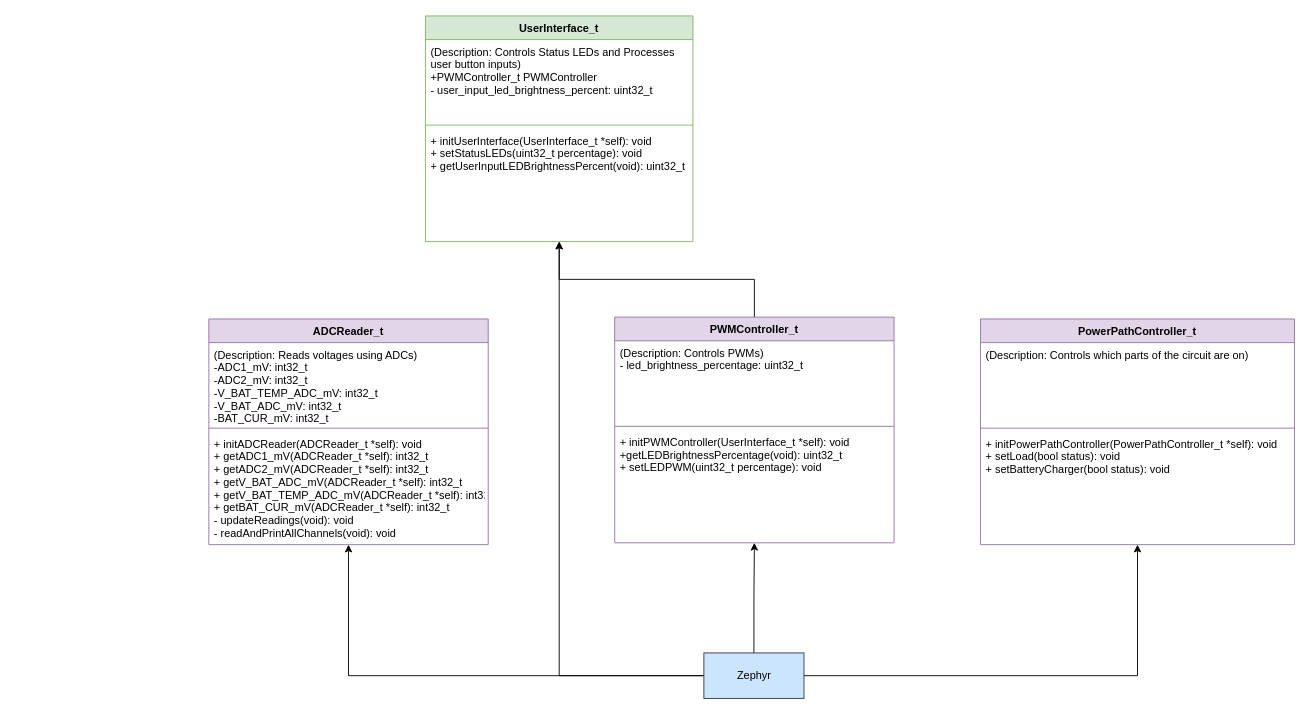
Before: page "Documentation" (2 of 2) of doc/class_diagram.drawio in andrew-elsayeh/illumicarge_firmware, a draw.io diagram. Source tidied: cells renumbered, new cells numbered last; positions are measured from the earlier drawing's top-left corner, leaving out a move shared by most shapes. Both pictures are drawn from the tidied source at 91%, with x=0, y=0 at pixel (208, 15).
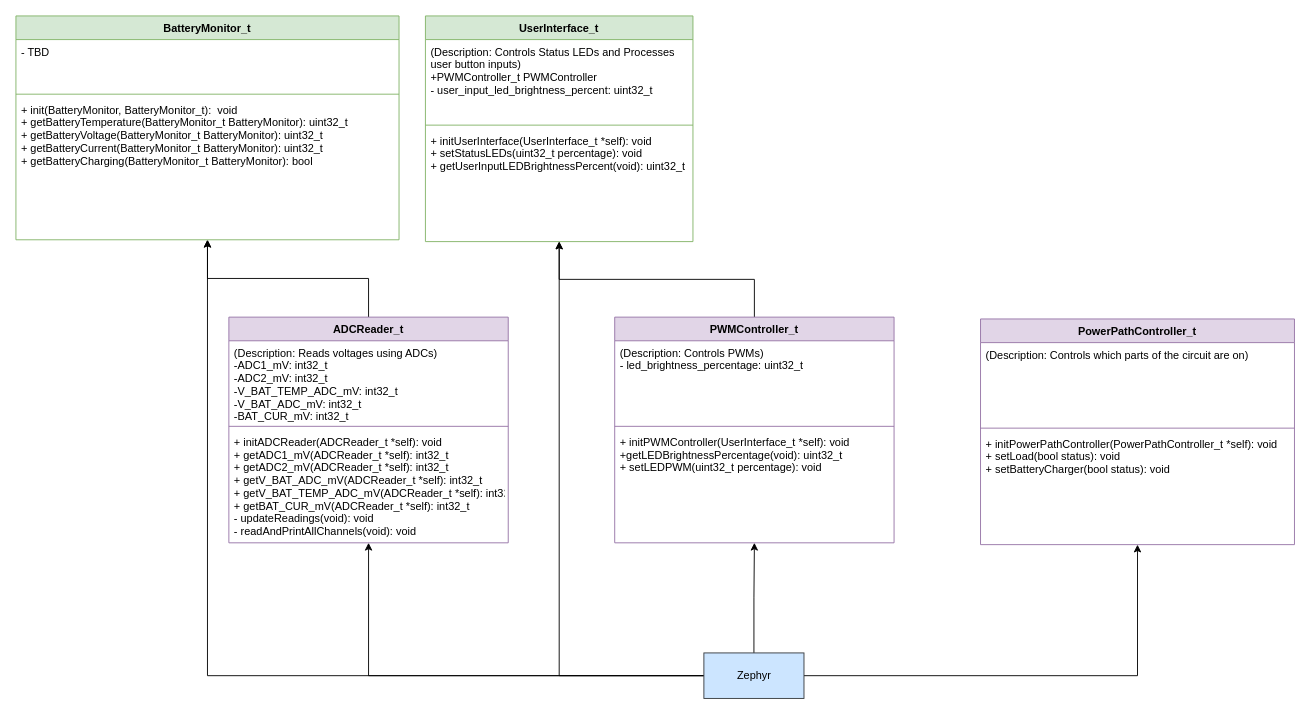
After the change.

Unchanged cells that the change refers to:
```xml
<mxCell id="19" value="Zephyr" style="html=1;glass=0;fillColor=#cce5ff;strokeColor=#36393d;" parent="1" vertex="1">
  <mxGeometry x="544" y="700" width="110" height="50" as="geometry" />
</mxCell>
```

What changed in the source:
```diff
@@
+    <mxCell id="24" style="edgeStyle=orthogonalEdgeStyle;rounded=0;jettySize=auto;html=1;" parent="1" edge="1" source="2" target="26">
+      <mxGeometry relative="1" as="geometry" />
+    </mxCell>
     <mxCell id="2" value="ADCReader_t" style="swimlane;fontStyle=1;align=center;verticalAlign=top;horizontal=1;startSize=26;fontFamily=Avenir;fillColor=#e1d5e7;strokeColor=#9673a6;" parent="1" vertex="1">
-      <mxGeometry y="333" width="307" height="248" as="geometry" />
+      <mxGeometry x="22" y="331" width="307" height="248" as="geometry" />
     </mxCell>
@@
+    <mxCell id="25" style="edgeStyle=orthogonalEdgeStyle;rounded=0;jettySize=auto;html=1;" parent="1" edge="1" source="19" target="26">
+      <mxGeometry relative="1" as="geometry" />
+    </mxCell>
@@
+    <mxCell id="26" value="BatteryMonitor_t" style="swimlane;fontStyle=1;align=center;verticalAlign=top;horizontal=1;startSize=26;fontFamily=Avenir;fillColor=#d5e8d4;strokeColor=#82b366;" parent="1" vertex="1">
+      <mxGeometry x="-212" width="421" height="246" as="geometry" />
+    </mxCell>
+    <mxCell id="27" value="- TBD&#10;" style="text;strokeColor=none;fillColor=none;align=left;verticalAlign=top;spacingLeft=4;spacingRight=4;overflow=hidden;fontFamily=Avenir;" parent="26" vertex="1">
+      <mxGeometry y="26" width="421" height="56" as="geometry" />
+    </mxCell>
+    <mxCell id="28" style="line;strokeWidth=1;fillColor=none;align=left;verticalAlign=middle;spacingTop=-1;spacingLeft=3;spacingRight=3;labelPosition=right;strokeColor=inherit;fontFamily=Avenir;" parent="26" vertex="1">
+      <mxGeometry y="82" width="421" height="8" as="geometry" />
+    </mxCell>
+    <mxCell id="29" value="+ init(BatteryMonitor, BatteryMonitor_t):  void&#10;+ getBatteryTemperature(BatteryMonitor_t BatteryMonitor): uint32_t&#10;+ getBatteryVoltage(BatteryMonitor_t BatteryMonitor): uint32_t&#10;+ getBatteryCurrent(BatteryMonitor_t BatteryMonitor): uint32_t&#10;+ getBatteryCharging(BatteryMonitor_t BatteryMonitor): bool" style="text;strokeColor=none;fillColor=none;align=left;verticalAlign=top;spacingLeft=4;spacingRight=4;overflow=hidden;fontFamily=Avenir;" parent="26" vertex="1">
+      <mxGeometry y="90" width="421" height="156" as="geometry" />
+    </mxCell>
```
